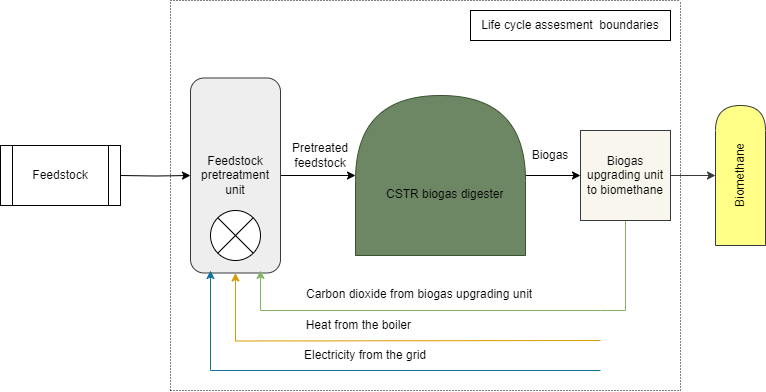
Earlier version of the draw.io export co2apdorojimas.drawio.png (BroniusZ/fsfdfd). Source tidied: cells renumbered, new cells last; positions are measured from the earlier drawing's top-left corner, leaving out a move shared by most shapes.
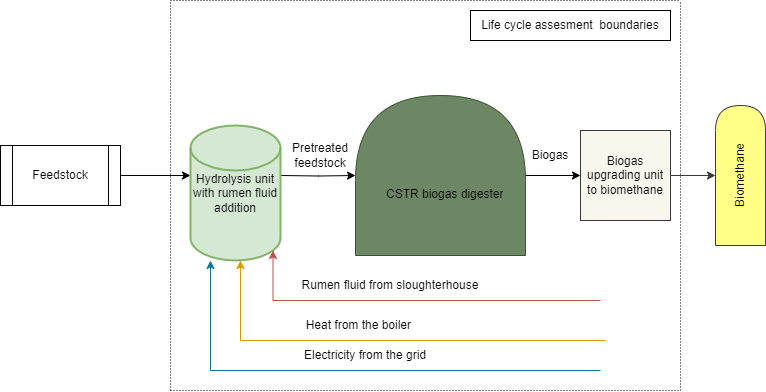
Later version of the same file.

Diff of the diagram source:
```diff
@@ -2,25 +2,27 @@
   <root>
     <mxCell id="0" />
     <mxCell id="1" parent="0" />
-    <mxCell id="2" style="edgeStyle=orthogonalEdgeStyle;rounded=0;jettySize=auto;html=1;entryX=0.5;entryY=0;entryDx=0;entryDy=0;" parent="1" edge="1" source="4" target="8">
-      <mxGeometry relative="1" as="geometry" />
+    <mxCell id="2" style="edgeStyle=orthogonalEdgeStyle;rounded=0;jettySize=auto;html=1;entryX=0.5;entryY=0;entryDx=0;entryDy=0;" parent="1" edge="1" target="8">
+      <mxGeometry relative="1" as="geometry">
+        <mxPoint x="280" y="175" as="sourcePoint" />
+      </mxGeometry>
     </mxCell>
-    <mxCell id="3" style="edgeStyle=orthogonalEdgeStyle;rounded=0;jettySize=auto;html=1;entryX=0.5;entryY=1;entryDx=0;entryDy=0;fillColor=#ffcd28;gradientColor=#ffa500;strokeColor=#d79b00;" parent="1" edge="1" target="4">
+    <mxCell id="3" style="edgeStyle=orthogonalEdgeStyle;rounded=0;orthogonalLoop=1;jettySize=auto;html=1;entryX=0.5;entryY=1;entryDx=0;entryDy=0;fillColor=#ffcd28;gradientColor=#ffa500;strokeColor=#d79b00;" parent="1" edge="1">
       <mxGeometry relative="1" as="geometry">
-        <mxPoint x="600" y="340" as="sourcePoint" />
+        <mxPoint x="590" y="340" as="sourcePoint" />
+        <mxPoint x="240" y="260" as="targetPoint" />
+        <Array as="points">
+          <mxPoint x="605" y="340" />
+          <mxPoint x="241" y="340" />
+        </Array>
       </mxGeometry>
     </mxCell>
-    <mxCell id="4" value="Feedstock pretreatment unit" style="whiteSpace=wrap;html=1;rounded=1;fillColor=#eeeeee;strokeColor=#36393d;" parent="1" vertex="1">
-      <mxGeometry x="190" y="77.5" width="90" height="195" as="geometry" />
-    </mxCell>
-    <mxCell id="5" style="edgeStyle=orthogonalEdgeStyle;rounded=0;jettySize=auto;html=1;" parent="1" edge="1" target="4">
+    <mxCell id="5" style="edgeStyle=orthogonalEdgeStyle;rounded=0;orthogonalLoop=1;jettySize=auto;html=1;" parent="1" edge="1">
       <mxGeometry relative="1" as="geometry">
         <mxPoint x="120" y="175" as="sourcePoint" />
+        <mxPoint x="190" y="175" as="targetPoint" />
       </mxGeometry>
     </mxCell>
-    <mxCell id="6" style="shape=sumEllipse;perimeter=ellipsePerimeter;whiteSpace=wrap;html=1;backgroundOutline=1;" parent="1" vertex="1">
-      <mxGeometry x="210" y="210" width="50" height="50" as="geometry" />
-    </mxCell>
     <mxCell id="7" style="edgeStyle=orthogonalEdgeStyle;rounded=0;jettySize=auto;html=1;" parent="1" edge="1" source="8" target="12">
       <mxGeometry relative="1" as="geometry" />
     </mxCell>
@@ -30,25 +32,12 @@
     <mxCell id="9" value="CSTR biogas digester" style="text;strokeColor=none;fillColor=none;align=left;verticalAlign=top;spacingLeft=4;spacingRight=4;overflow=hidden;whiteSpace=wrap;html=1;" parent="1" vertex="1">
       <mxGeometry x="380" y="180" width="150" height="30" as="geometry" />
     </mxCell>
-    <mxCell id="10" style="edgeStyle=orthogonalEdgeStyle;rounded=0;jettySize=auto;html=1;exitX=0.5;exitY=1;exitDx=0;exitDy=0;fillColor=#d5e8d4;gradientColor=#97d077;strokeColor=#82b366;" parent="1" edge="1" source="12">
-      <mxGeometry relative="1" as="geometry">
-        <mxPoint x="260" y="270" as="targetPoint" />
-        <Array as="points">
-          <mxPoint x="600" y="310" />
-          <mxPoint x="260" y="310" />
-          <mxPoint x="260" y="273" />
-        </Array>
-      </mxGeometry>
-    </mxCell>
     <mxCell id="11" style="edgeStyle=orthogonalEdgeStyle;rounded=0;jettySize=auto;html=1;exitX=1;exitY=0.5;exitDx=0;exitDy=0;entryX=0.5;entryY=0;entryDx=0;entryDy=0;fillColor=#ffff88;strokeColor=#36393d;" parent="1" edge="1" source="12" target="22">
       <mxGeometry relative="1" as="geometry" />
     </mxCell>
     <mxCell id="12" value="Biogas upgrading unit to biomethane" style="whiteSpace=wrap;html=1;fillColor=#f9f7ed;strokeColor=#36393d;" parent="1" vertex="1">
       <mxGeometry x="580" y="130" width="90" height="90" as="geometry" />
     </mxCell>
-    <mxCell id="13" value="Carbon dioxide from biogas upgrading unit" style="text;strokeColor=none;fillColor=none;align=left;verticalAlign=top;spacingLeft=4;spacingRight=4;overflow=hidden;whiteSpace=wrap;html=1;" parent="1" vertex="1">
-      <mxGeometry x="300" y="280" width="280" height="46" as="geometry" />
-    </mxCell>
     <mxCell id="14" value="Heat from the boiler&amp;nbsp;" style="text;html=1;align=center;verticalAlign=middle;whiteSpace=wrap;rounded=0;" parent="1" vertex="1">
       <mxGeometry x="280" y="310" width="160" height="30" as="geometry" />
     </mxCell>
@@ -76,10 +65,10 @@
     <mxCell id="19" style="edgeStyle=orthogonalEdgeStyle;rounded=0;orthogonalLoop=1;jettySize=auto;html=1;fillColor=#b1ddf0;strokeColor=#10739e;" parent="1" edge="1">
       <mxGeometry relative="1" as="geometry">
         <mxPoint x="600" y="370" as="sourcePoint" />
-        <mxPoint x="210" y="270" as="targetPoint" />
+        <mxPoint x="210" y="260" as="targetPoint" />
         <Array as="points">
+          <mxPoint x="600" y="370" />
           <mxPoint x="210" y="370" />
-          <mxPoint x="210" y="273" />
         </Array>
       </mxGeometry>
     </mxCell>
@@ -104,5 +93,20 @@
     <mxCell id="25" value="Feedstock" style="shape=process;whiteSpace=wrap;html=1;backgroundOutline=1;" parent="1" vertex="1">
       <mxGeometry y="145" width="120" height="60" as="geometry" />
     </mxCell>
+    <mxCell id="26" value="Hydrolysis unit with rumen fluid addition" style="strokeWidth=2;html=1;shape=mxgraph.flowchart.database;whiteSpace=wrap;fillColor=#d5e8d4;strokeColor=#82b366;" parent="1" vertex="1">
+      <mxGeometry x="190" y="125" width="90" height="135" as="geometry" />
+    </mxCell>
+    <mxCell id="27" style="edgeStyle=orthogonalEdgeStyle;rounded=0;orthogonalLoop=1;jettySize=auto;html=1;entryX=0.5;entryY=1;entryDx=0;entryDy=0;fillColor=#f8cecc;gradientColor=#ea6b66;strokeColor=#b85450;" parent="1" edge="1">
+      <mxGeometry relative="1" as="geometry">
+        <mxPoint x="600" y="300" as="sourcePoint" />
+        <mxPoint x="272.5" y="250" as="targetPoint" />
+        <Array as="points">
+          <mxPoint x="273" y="300" />
+        </Array>
+      </mxGeometry>
+    </mxCell>
+    <mxCell id="28" value="Rumen fluid from sloughterhouse" style="text;html=1;align=center;verticalAlign=middle;whiteSpace=wrap;rounded=0;" parent="1" vertex="1">
+      <mxGeometry x="280" y="270" width="220" height="30" as="geometry" />
+    </mxCell>
   </root>
 </mxGraphModel>
```
